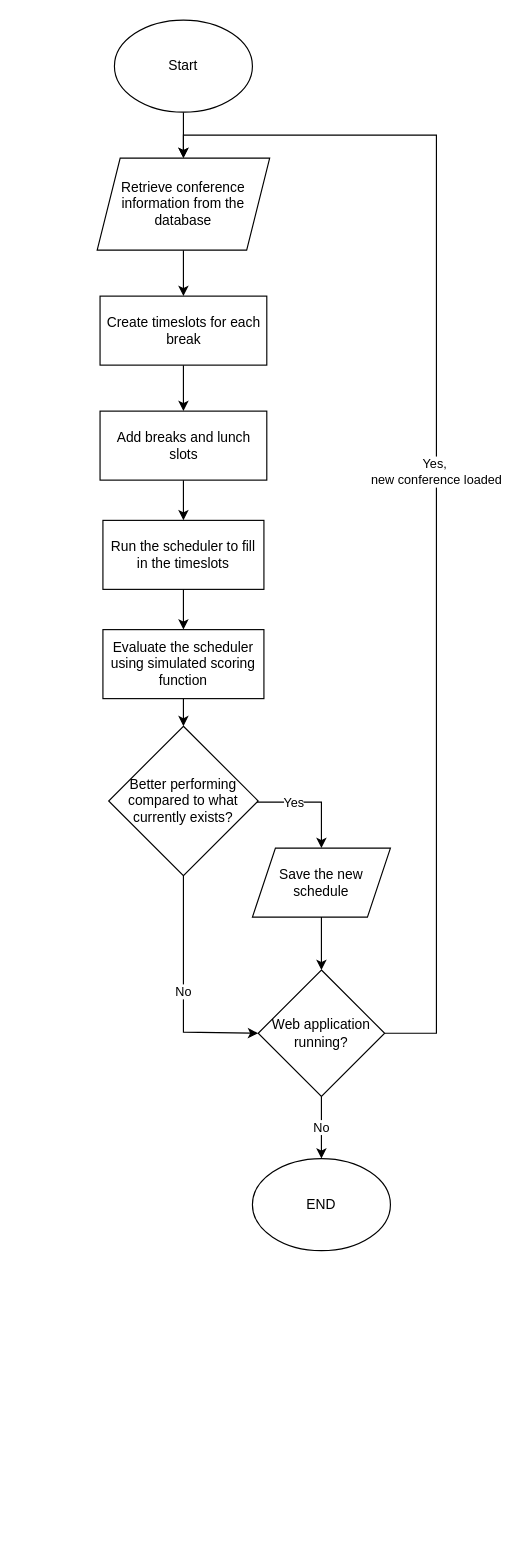
This is ExampleConfGraphs/scheduler.drawio from JezRoy/ConferenceWebApp, a draw.io file, before an edit. Source tidied: cells renumbered, new cells numbered last; positions are measured from the earlier drawing's top-left corner, leaving out a move shared by most shapes. Both pictures are drawn from the tidied source at 115%, with x=0, y=0 at pixel (97, 20).
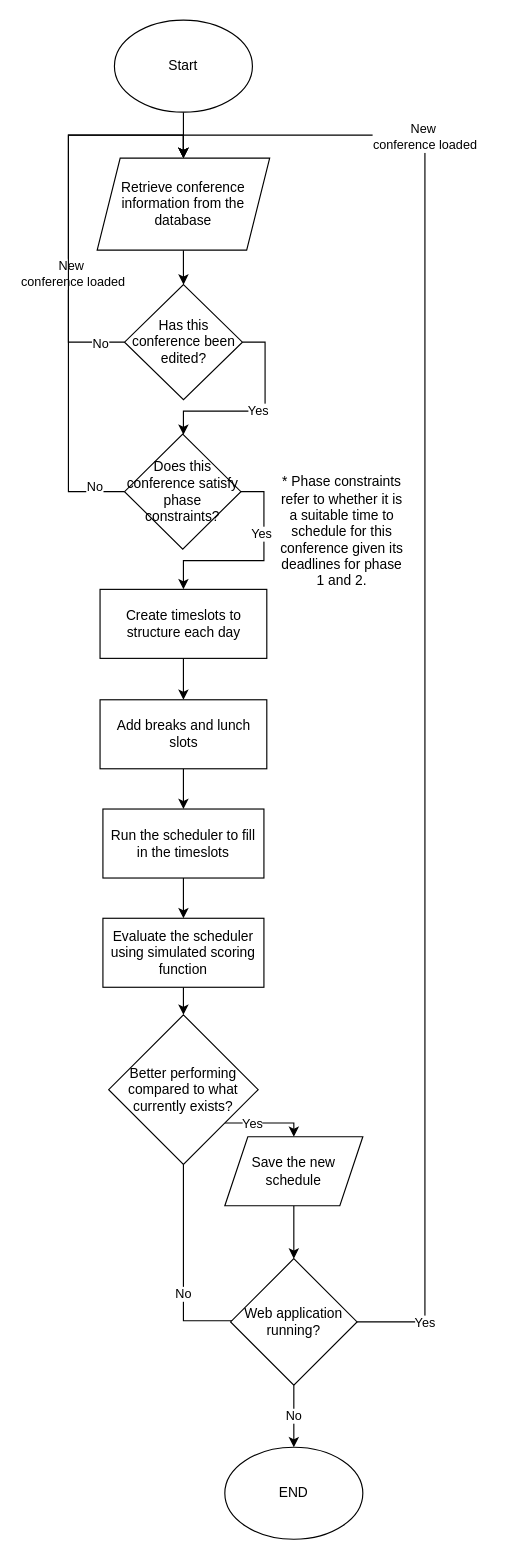
The same page after the edit.

The change refers to these unchanged cells:
```xml
<mxCell id="5" value="Retrieve conference information from the database" style="shape=parallelogram;perimeter=parallelogramPerimeter;whiteSpace=wrap;html=1;fixedSize=1;" parent="1" vertex="1">
  <mxGeometry y="120" width="150" height="80" as="geometry" />
</mxCell>
```

What changed in the source:
```diff
@@
-    <mxCell id="4" style="edgeStyle=orthogonalEdgeStyle;rounded=0;jettySize=auto;html=1;" parent="1" edge="1" source="5" target="7">
-      <mxGeometry relative="1" as="geometry" />
-    </mxCell>
+    <mxCell id="24" style="edgeStyle=orthogonalEdgeStyle;rounded=0;jettySize=auto;html=1;" parent="1" edge="1" source="5" target="31">
+      <mxGeometry relative="1" as="geometry" />
+    </mxCell>
@@
-    <mxCell id="7" value="Create timeslots for each break" style="rounded=0;whiteSpace=wrap;html=1;" parent="1" vertex="1">
-      <mxGeometry x="2.5" y="240" width="145" height="60" as="geometry" />
+    <mxCell id="7" value="Create timeslots to structure each day" style="rounded=0;whiteSpace=wrap;html=1;" parent="1" vertex="1">
+      <mxGeometry x="2.5" y="495" width="145" height="60" as="geometry" />
     </mxCell>
@@
     <mxCell id="9" value="Add breaks and lunch slots" style="rounded=0;whiteSpace=wrap;html=1;" parent="1" vertex="1">
-      <mxGeometry x="2.5" y="340" width="145" height="60" as="geometry" />
+      <mxGeometry x="2.5" y="591" width="145" height="60" as="geometry" />
     </mxCell>
@@
     <mxCell id="11" value="Run the scheduler to fill in the timeslots" style="rounded=0;whiteSpace=wrap;html=1;" parent="1" vertex="1">
-      <mxGeometry x="5" y="435" width="140" height="60" as="geometry" />
+      <mxGeometry x="5" y="686" width="140" height="60" as="geometry" />
     </mxCell>
@@
     <mxCell id="13" value="Evaluate the scheduler using simulated scoring function" style="rounded=0;whiteSpace=wrap;html=1;" parent="1" vertex="1">
-      <mxGeometry x="5" y="530" width="140" height="60" as="geometry" />
+      <mxGeometry x="5" y="781" width="140" height="60" as="geometry" />
     </mxCell>
     <mxCell id="14" style="edgeStyle=orthogonalEdgeStyle;rounded=0;jettySize=auto;html=1;entryX=0.5;entryY=0;entryDx=0;entryDy=0;" parent="1" edge="1" source="17" target="19">
       <mxGeometry relative="1" as="geometry">
         <Array as="points">
-          <mxPoint x="195" y="680" />
+          <mxPoint x="171" y="959" />
         </Array>
       </mxGeometry>
     </mxCell>
@@
     <mxCell id="16" value="No" style="edgeStyle=orthogonalEdgeStyle;rounded=0;jettySize=auto;html=1;entryX=0;entryY=0.5;entryDx=0;entryDy=0;" parent="1" edge="1" source="17" target="22">
       <mxGeometry relative="1" as="geometry">
         <Array as="points">
-          <mxPoint x="75" y="880" />
-          <mxPoint x="140" y="880" />
+          <mxPoint x="75" y="1131" />
+          <mxPoint x="140" y="1131" />
         </Array>
       </mxGeometry>
     </mxCell>
     <mxCell id="17" value="Better performing compared to what currently exists?" style="rhombus;whiteSpace=wrap;html=1;" parent="1" vertex="1">
-      <mxGeometry x="10" y="614" width="130" height="130" as="geometry" />
+      <mxGeometry x="10" y="865" width="130" height="130" as="geometry" />
     </mxCell>
@@
     <mxCell id="19" value="Save the new schedule" style="shape=parallelogram;perimeter=parallelogramPerimeter;whiteSpace=wrap;html=1;fixedSize=1;" parent="1" vertex="1">
-      <mxGeometry x="135" y="720" width="120" height="60" as="geometry" />
+      <mxGeometry x="111" y="971" width="120" height="60" as="geometry" />
     </mxCell>
-    <mxCell id="20" value="Yes,&amp;nbsp;&lt;div&gt;new conference loaded&lt;/div&gt;" style="edgeStyle=orthogonalEdgeStyle;rounded=0;jettySize=auto;html=1;entryX=0.5;entryY=0;entryDx=0;entryDy=0;" parent="1" edge="1" source="22" target="5">
+    <mxCell id="20" style="edgeStyle=orthogonalEdgeStyle;rounded=0;jettySize=auto;html=1;entryX=0.5;entryY=0;entryDx=0;entryDy=0;" parent="1" edge="1" source="22" target="5">
       <mxGeometry relative="1" as="geometry">
         <Array as="points">
-          <mxPoint x="295" y="881" />
-          <mxPoint x="295" y="100" />
+          <mxPoint x="285" y="1132" />
+          <mxPoint x="285" y="100" />
           <mxPoint x="75" y="100" />
         </Array>
       </mxGeometry>
     </mxCell>
+    <mxCell id="25" value="Yes" style="edgeLabel;html=1;align=center;verticalAlign=middle;" parent="20" vertex="1">
+      <mxGeometry x="-0.91" y="1" relative="1" as="geometry" />
+    </mxCell>
+    <mxCell id="26" value="New&amp;nbsp;&lt;div&gt;conference loaded&lt;/div&gt;" style="edgeLabel;html=1;align=center;verticalAlign=middle;" parent="20" vertex="1">
+      <mxGeometry x="0.65" y="1" relative="1" as="geometry" />
+    </mxCell>
@@
     <mxCell id="22" value="Web application running?" style="rhombus;whiteSpace=wrap;html=1;" parent="1" vertex="1">
-      <mxGeometry x="140" y="826" width="110" height="110" as="geometry" />
+      <mxGeometry x="116" y="1077" width="110" height="110" as="geometry" />
     </mxCell>
     <mxCell id="23" value="END" style="ellipse;whiteSpace=wrap;html=1;" parent="1" vertex="1">
-      <mxGeometry x="135" y="990" width="120" height="80" as="geometry" />
+      <mxGeometry x="111" y="1241" width="120" height="80" as="geometry" />
     </mxCell>
+    <mxCell id="27" style="edgeStyle=orthogonalEdgeStyle;rounded=0;jettySize=auto;html=1;entryX=0.5;entryY=0;entryDx=0;entryDy=0;" parent="1" edge="1" source="31" target="5">
+      <mxGeometry relative="1" as="geometry">
+        <Array as="points">
+          <mxPoint x="-25" y="280" />
+          <mxPoint x="-25" y="100" />
+          <mxPoint x="75" y="100" />
+        </Array>
+      </mxGeometry>
+    </mxCell>
+    <mxCell id="28" value="New&amp;nbsp;&lt;div&gt;conference loaded&lt;/div&gt;" style="edgeLabel;html=1;align=center;verticalAlign=middle;" parent="27" vertex="1">
+      <mxGeometry x="-0.38" y="1" relative="1" as="geometry">
+        <mxPoint x="4" as="offset" />
+      </mxGeometry>
+    </mxCell>
+    <mxCell id="29" value="No" style="edgeLabel;html=1;align=center;verticalAlign=middle;" parent="27" vertex="1">
+      <mxGeometry x="-0.88" y="1" relative="1" as="geometry" />
+    </mxCell>
+    <mxCell id="30" value="Yes" style="edgeStyle=orthogonalEdgeStyle;rounded=0;jettySize=auto;html=1;exitX=1;exitY=0.5;exitDx=0;exitDy=0;" parent="1" edge="1" source="31" target="36">
+      <mxGeometry relative="1" as="geometry">
+        <Array as="points">
+          <mxPoint x="146" y="280" />
+          <mxPoint x="146" y="340" />
+          <mxPoint x="75" y="340" />
+        </Array>
+      </mxGeometry>
+    </mxCell>
+    <mxCell id="31" value="Has this conference been edited?" style="rhombus;whiteSpace=wrap;html=1;" parent="1" vertex="1">
+      <mxGeometry x="23.8" y="230" width="102.5" height="100" as="geometry" />
+    </mxCell>
+    <mxCell id="32" style="edgeStyle=orthogonalEdgeStyle;rounded=0;jettySize=auto;html=1;entryX=0.5;entryY=0;entryDx=0;entryDy=0;" parent="1" edge="1" source="36" target="5">
+      <mxGeometry relative="1" as="geometry">
+        <Array as="points">
+          <mxPoint x="-25" y="410" />
+          <mxPoint x="-25" y="100" />
+          <mxPoint x="75" y="100" />
+        </Array>
+      </mxGeometry>
+    </mxCell>
+    <mxCell id="33" value="No&lt;div&gt;&lt;br&gt;&lt;/div&gt;" style="edgeLabel;html=1;align=center;verticalAlign=middle;" parent="32" vertex="1">
+      <mxGeometry x="-0.89" y="2" relative="1" as="geometry" />
+    </mxCell>
+    <mxCell id="34" style="edgeStyle=orthogonalEdgeStyle;rounded=0;jettySize=auto;html=1;exitX=1;exitY=0.5;exitDx=0;exitDy=0;" parent="1" edge="1" source="36" target="7">
+      <mxGeometry relative="1" as="geometry">
+        <Array as="points">
+          <mxPoint x="145" y="410" />
+          <mxPoint x="145" y="470" />
+          <mxPoint x="75" y="470" />
+        </Array>
+      </mxGeometry>
+    </mxCell>
+    <mxCell id="35" value="Yes" style="edgeLabel;html=1;align=center;verticalAlign=middle;" parent="34" vertex="1">
+      <mxGeometry x="-0.36" y="-3" relative="1" as="geometry" />
+    </mxCell>
+    <mxCell id="36" value="Does this conference satisfy phase constraints?" style="rhombus;whiteSpace=wrap;html=1;" parent="1" vertex="1">
+      <mxGeometry x="23.8" y="360" width="101.2" height="100" as="geometry" />
+    </mxCell>
+    <mxCell id="37" value="* Phase constraints refer to whether it is a suitable time to schedule for this conference given its deadlines for phase 1 and 2." style="text;html=1;align=center;verticalAlign=middle;whiteSpace=wrap;rounded=0;" parent="1" vertex="1">
+      <mxGeometry x="158" y="430" width="110" height="30" as="geometry" />
+    </mxCell>
```
